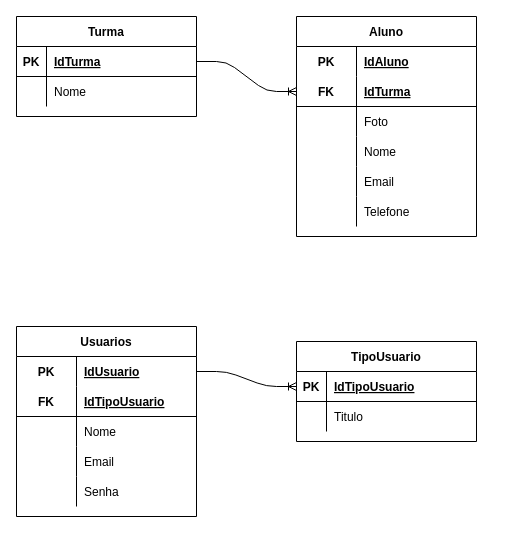
Earlier version of the draw.io diagram page "Page-1" (1 of 2) of Modelagens/Modelo lógico Carômetro.drawio (Danilo2503/ProjetoInterno). Source tidied: cells renumbered, new cells numbered last; positions are measured from the earlier drawing's top-left corner, leaving out a move shared by most shapes. Both pictures are drawn from the tidied source at 100%, with x=0, y=0 at pixel (16, 16).
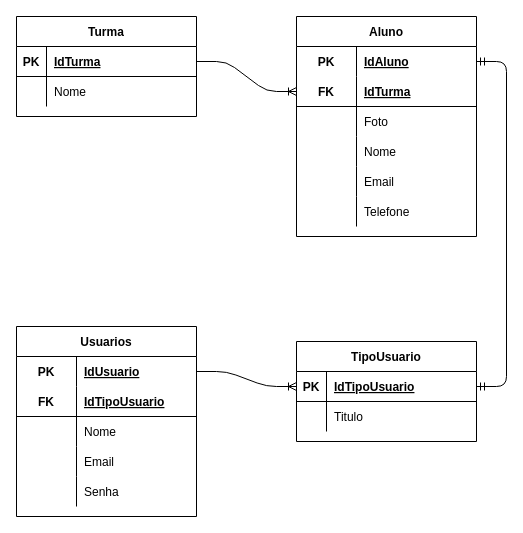
Above is the later version.

The change refers to these unchanged cells:
```xml
<mxCell id="10" style="shape=partialRectangle;fillColor=none;top=0;left=0;bottom=0;right=0;points=[[0,0.5],[1,0.5]];portConstraint=eastwest;" parent="9" vertex="1">
  <mxGeometry y="30" width="180" height="30" as="geometry" />
</mxCell>
<mxCell id="46" style="shape=partialRectangle;fillColor=none;top=0;left=0;bottom=1;right=0;points=[[0,0.5],[1,0.5]];portConstraint=eastwest;" parent="45" vertex="1">
  <mxGeometry y="30" width="180" height="30" as="geometry" />
</mxCell>
```

Diff of the diagram source:
```diff
@@
+    <mxCell id="53" style="edgeStyle=entityRelationEdgeStyle;fontSize=12;html=1;endArrow=ERmandOne;startArrow=ERmandOne;" parent="1" edge="1" source="10" target="46">
+      <mxGeometry relative="1" as="geometry" />
+    </mxCell>
```
